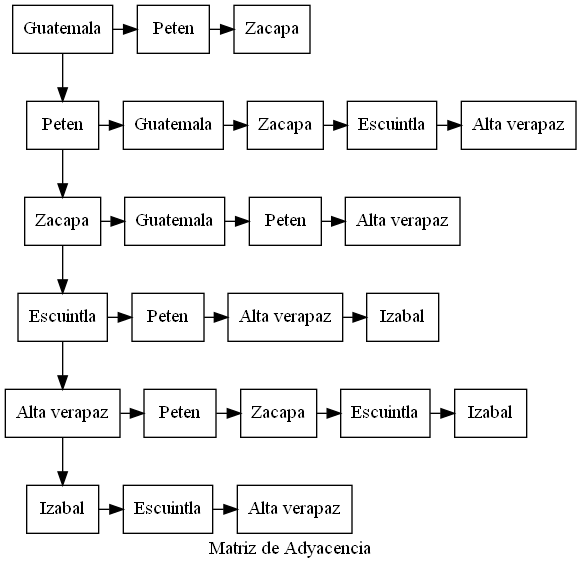
Henry2311/EDD_PROYECTO_202004810 keeps this Graphviz diagram as FASE 3/TablaAdyacencia.png. Above is the earlier version. Its source is kept beside it as FASE 3/TablaAdyacencia.dot. Source of this version:
```dot
digraph G {
node [shape="box"]
label = "Matriz de Adyacencia"
nodo1[label = "Guatemala"];
nodo2[label = "Peten"];
nodo3[label = "Zacapa"];
nodo4[label = "Escuintla"];
nodo5[label = "Alta verapaz"];
nodo6[label = "Izabal"];
nodo1 -> nodo2;
nodo2 -> nodo3;
nodo3 -> nodo4;
nodo4 -> nodo5;
nodo5 -> nodo6;
nodo12[label = "Peten"];
nodo13[label = "Zacapa"];
nodo21[label = "Guatemala"];
nodo23[label = "Zacapa"];
nodo24[label = "Escuintla"];
nodo25[label = "Alta verapaz"];
nodo31[label = "Guatemala"];
nodo32[label = "Peten"];
nodo35[label = "Alta verapaz"];
nodo42[label = "Peten"];
nodo45[label = "Alta verapaz"];
nodo46[label = "Izabal"];
nodo52[label = "Peten"];
nodo53[label = "Zacapa"];
nodo54[label = "Escuintla"];
nodo56[label = "Izabal"];
nodo64[label = "Escuintla"];
nodo65[label = "Alta verapaz"];
rank = same{nodo1 -> nodo12};
rank = same{nodo12 -> nodo13};
rank = same{nodo2 -> nodo21};
rank = same{nodo21 -> nodo23};
rank = same{nodo23 -> nodo24};
rank = same{nodo24 -> nodo25};
rank = same{nodo3 -> nodo31};
rank = same{nodo31 -> nodo32};
rank = same{nodo32 -> nodo35};
rank = same{nodo4 -> nodo42};
rank = same{nodo42 -> nodo45};
rank = same{nodo45 -> nodo46};
rank = same{nodo5 -> nodo52};
rank = same{nodo52 -> nodo53};
rank = same{nodo53 -> nodo54};
rank = same{nodo54 -> nodo56};
rank = same{nodo6 -> nodo64};
rank = same{nodo64 -> nodo65};

}
```
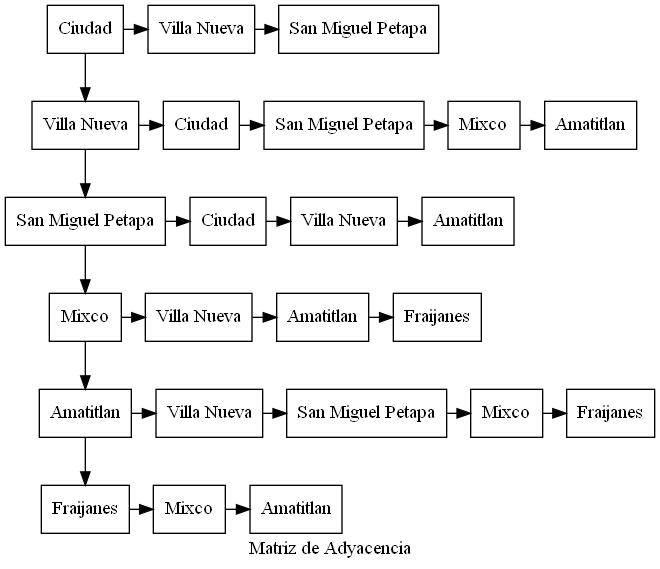
Above is the later version.

The edit, as a diff of the source:
```diff
@@ -1,35 +1,35 @@
 digraph G {
 node [shape="box"]
 label = "Matriz de Adyacencia"
-nodo1[label = "Guatemala"];
-nodo2[label = "Peten"];
-nodo3[label = "Zacapa"];
-nodo4[label = "Escuintla"];
-nodo5[label = "Alta verapaz"];
-nodo6[label = "Izabal"];
+nodo1[label = "Ciudad"];
+nodo2[label = "Villa Nueva"];
+nodo3[label = "San Miguel Petapa"];
+nodo4[label = "Mixco"];
+nodo5[label = "Amatitlan"];
+nodo6[label = "Fraijanes"];
 nodo1 -> nodo2;
 nodo2 -> nodo3;
 nodo3 -> nodo4;
 nodo4 -> nodo5;
 nodo5 -> nodo6;
-nodo12[label = "Peten"];
-nodo13[label = "Zacapa"];
-nodo21[label = "Guatemala"];
-nodo23[label = "Zacapa"];
-nodo24[label = "Escuintla"];
-nodo25[label = "Alta verapaz"];
-nodo31[label = "Guatemala"];
-nodo32[label = "Peten"];
-nodo35[label = "Alta verapaz"];
-nodo42[label = "Peten"];
-nodo45[label = "Alta verapaz"];
-nodo46[label = "Izabal"];
-nodo52[label = "Peten"];
-nodo53[label = "Zacapa"];
-nodo54[label = "Escuintla"];
-nodo56[label = "Izabal"];
-nodo64[label = "Escuintla"];
-nodo65[label = "Alta verapaz"];
+nodo12[label = "Villa Nueva"];
+nodo13[label = "San Miguel Petapa"];
+nodo21[label = "Ciudad"];
+nodo23[label = "San Miguel Petapa"];
+nodo24[label = "Mixco"];
+nodo25[label = "Amatitlan"];
+nodo31[label = "Ciudad"];
+nodo32[label = "Villa Nueva"];
+nodo35[label = "Amatitlan"];
+nodo42[label = "Villa Nueva"];
+nodo45[label = "Amatitlan"];
+nodo46[label = "Fraijanes"];
+nodo52[label = "Villa Nueva"];
+nodo53[label = "San Miguel Petapa"];
+nodo54[label = "Mixco"];
+nodo56[label = "Fraijanes"];
+nodo64[label = "Mixco"];
+nodo65[label = "Amatitlan"];
 rank = same{nodo1 -> nodo12};
 rank = same{nodo12 -> nodo13};
 rank = same{nodo2 -> nodo21};
```
